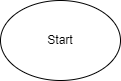
The draw.io diagram specs/system/kanban.drawio.png in cse110-sp24-group35/cse110-sp24-group35, before a commit. Source tidied: cells renumbered, new cells last; positions are measured from the earlier drawing's top-left corner, leaving out a move shared by most shapes.
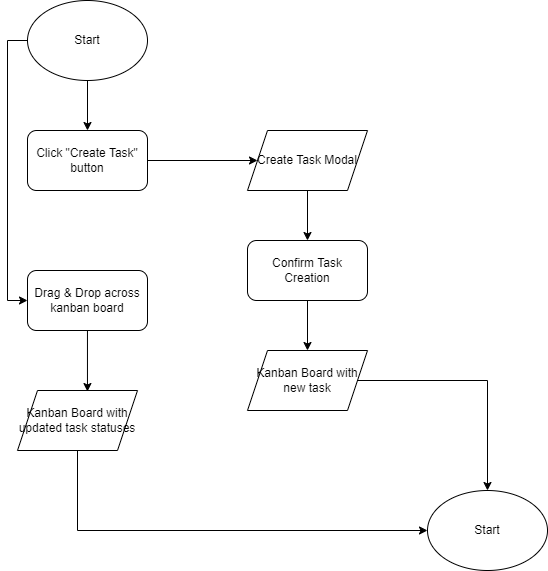
Above is the later version.

Commit message:
kanban system diagram

Diff of the diagram source:
```diff
@@ -2,8 +2,62 @@
   <root>
     <mxCell id="0" />
     <mxCell id="1" parent="0" />
+    <mxCell id="3" style="edgeStyle=orthogonalEdgeStyle;rounded=0;jettySize=auto;html=1;entryX=0.5;entryY=0;entryDx=0;entryDy=0;" parent="1" edge="1" source="2" target="6">
+      <mxGeometry relative="1" as="geometry" />
+    </mxCell>
+    <mxCell id="4" style="edgeStyle=orthogonalEdgeStyle;rounded=0;jettySize=auto;html=1;entryX=0;entryY=0.5;entryDx=0;entryDy=0;" parent="1" edge="1" source="2" target="13">
+      <mxGeometry relative="1" as="geometry">
+        <Array as="points">
+          <mxPoint x="-20" y="40" />
+          <mxPoint x="-20" y="300" />
+        </Array>
+      </mxGeometry>
+    </mxCell>
     <mxCell id="2" value="Start" style="ellipse;whiteSpace=wrap;html=1;" parent="1" vertex="1">
       <mxGeometry width="120" height="80" as="geometry" />
     </mxCell>
+    <mxCell id="5" style="edgeStyle=orthogonalEdgeStyle;rounded=0;jettySize=auto;html=1;entryX=0;entryY=0.5;entryDx=0;entryDy=0;" parent="1" edge="1" source="6" target="8">
+      <mxGeometry relative="1" as="geometry" />
+    </mxCell>
+    <mxCell id="6" value="Click &quot;Create Task&quot; button" style="rounded=1;whiteSpace=wrap;html=1;" parent="1" vertex="1">
+      <mxGeometry y="130" width="120" height="60" as="geometry" />
+    </mxCell>
+    <mxCell id="7" style="edgeStyle=orthogonalEdgeStyle;rounded=0;jettySize=auto;html=1;entryX=0.5;entryY=0;entryDx=0;entryDy=0;" parent="1" edge="1" source="8" target="10">
+      <mxGeometry relative="1" as="geometry" />
+    </mxCell>
+    <mxCell id="8" value="Create Task Modal" style="shape=parallelogram;perimeter=parallelogramPerimeter;whiteSpace=wrap;html=1;fixedSize=1;" parent="1" vertex="1">
+      <mxGeometry x="220" y="130" width="120" height="60" as="geometry" />
+    </mxCell>
+    <mxCell id="9" style="edgeStyle=orthogonalEdgeStyle;rounded=0;jettySize=auto;html=1;entryX=0.5;entryY=0;entryDx=0;entryDy=0;" parent="1" edge="1" source="10" target="12">
+      <mxGeometry relative="1" as="geometry" />
+    </mxCell>
+    <mxCell id="10" value="Confirm Task Creation" style="rounded=1;whiteSpace=wrap;html=1;" parent="1" vertex="1">
+      <mxGeometry x="220" y="240" width="120" height="60" as="geometry" />
+    </mxCell>
+    <mxCell id="11" style="edgeStyle=orthogonalEdgeStyle;rounded=0;jettySize=auto;html=1;entryX=0.5;entryY=0;entryDx=0;entryDy=0;" parent="1" edge="1" source="12" target="17">
+      <mxGeometry relative="1" as="geometry" />
+    </mxCell>
+    <mxCell id="12" value="Kanban Board with new task" style="shape=parallelogram;perimeter=parallelogramPerimeter;whiteSpace=wrap;html=1;fixedSize=1;" parent="1" vertex="1">
+      <mxGeometry x="220" y="350" width="120" height="60" as="geometry" />
+    </mxCell>
+    <mxCell id="13" value="Drag &amp;amp; Drop across kanban board" style="rounded=1;whiteSpace=wrap;html=1;" parent="1" vertex="1">
+      <mxGeometry y="270" width="120" height="60" as="geometry" />
+    </mxCell>
+    <mxCell id="14" style="edgeStyle=orthogonalEdgeStyle;rounded=0;jettySize=auto;html=1;entryX=0;entryY=0.5;entryDx=0;entryDy=0;" parent="1" edge="1" source="15" target="17">
+      <mxGeometry relative="1" as="geometry">
+        <Array as="points">
+          <mxPoint x="50" y="530" />
+        </Array>
+      </mxGeometry>
+    </mxCell>
+    <mxCell id="15" value="Kanban Board with updated task statuses" style="shape=parallelogram;perimeter=parallelogramPerimeter;whiteSpace=wrap;html=1;fixedSize=1;" parent="1" vertex="1">
+      <mxGeometry x="-10" y="390" width="120" height="60" as="geometry" />
+    </mxCell>
+    <mxCell id="16" style="edgeStyle=orthogonalEdgeStyle;rounded=0;jettySize=auto;html=1;entryX=0.583;entryY=0.017;entryDx=0;entryDy=0;entryPerimeter=0;" parent="1" edge="1" source="13" target="15">
+      <mxGeometry relative="1" as="geometry" />
+    </mxCell>
+    <mxCell id="17" value="Start" style="ellipse;whiteSpace=wrap;html=1;" parent="1" vertex="1">
+      <mxGeometry x="400" y="490" width="120" height="80" as="geometry" />
+    </mxCell>
   </root>
 </mxGraphModel>
```
